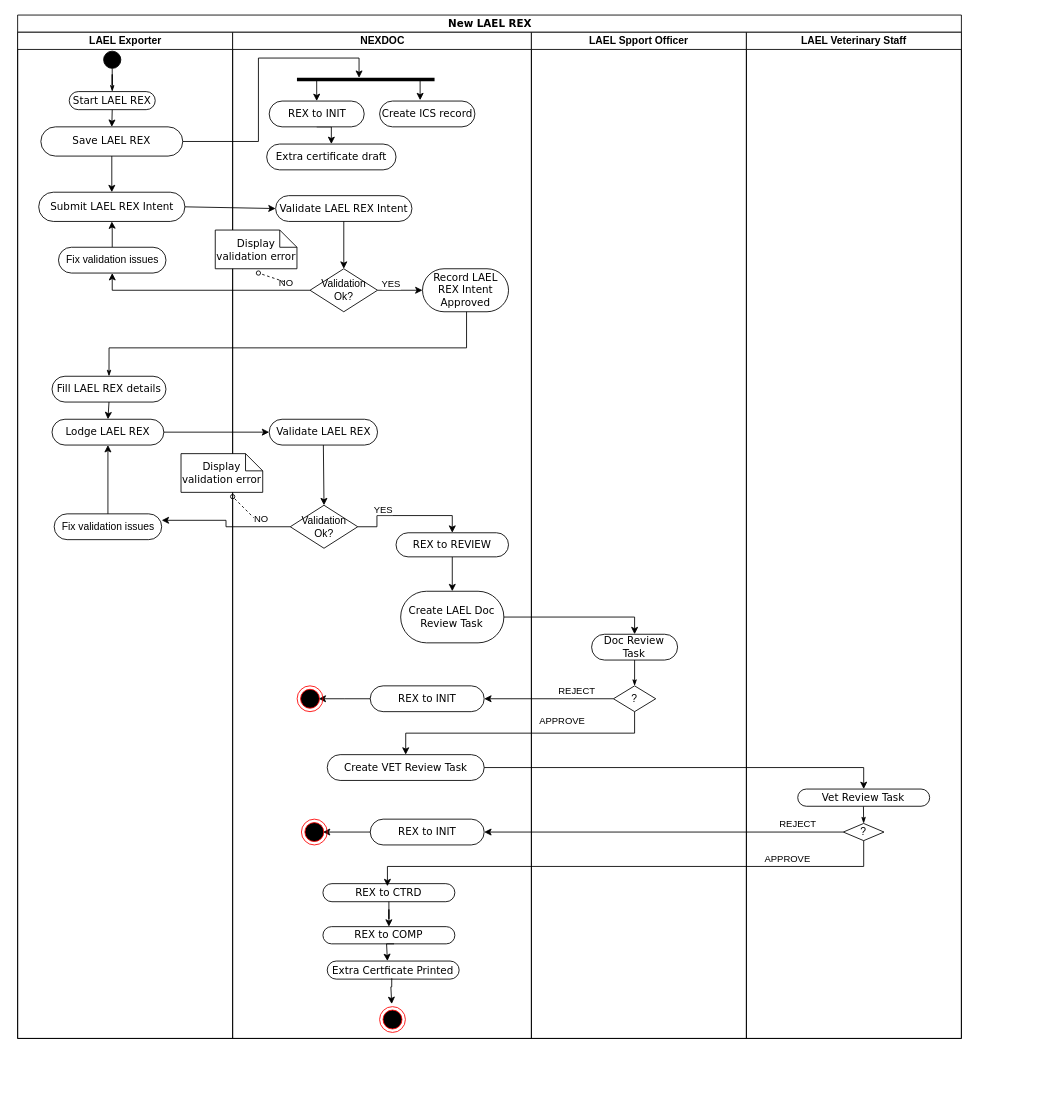
This is LAEL_REX_Activity_Diagram.drawio from ajithmjose/deleteme, a draw.io file, before an edit. Source tidied: cells renumbered, new cells numbered last; positions are measured from the earlier drawing's top-left corner, leaving out a move shared by most shapes. Both pictures are drawn from the tidied source at 86%, with x=0, y=0 at pixel (17, 15).
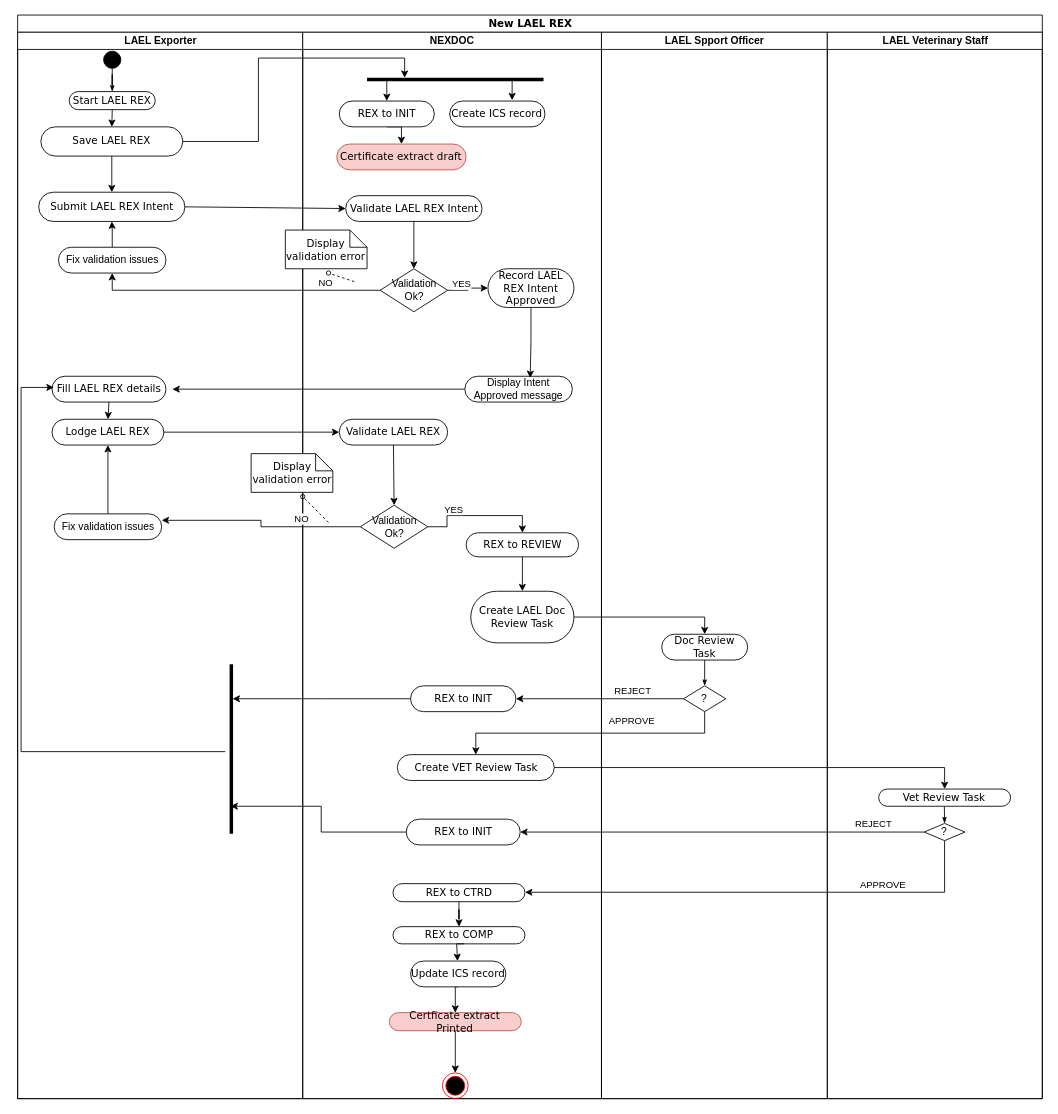
Above is the later version.

Unchanged cells that the change refers to:
```xml
<mxCell id="13" value="&lt;span style=&quot;font-family: Helvetica;&quot;&gt;Fix validation issues&lt;/span&gt;" style="rounded=1;whiteSpace=wrap;html=1;shadow=0;comic=0;labelBackgroundColor=none;strokeWidth=1;fontFamily=Verdana;fontSize=12;align=center;arcSize=50;" parent="3" vertex="1">
  <mxGeometry x="47.5" y="250" width="125" height="30" as="geometry" />
</mxCell>
<mxCell id="14" value="Fill LAEL REX details" style="rounded=1;whiteSpace=wrap;html=1;shadow=0;comic=0;labelBackgroundColor=none;strokeWidth=1;fontFamily=Verdana;fontSize=12;align=center;arcSize=50;" parent="3" vertex="1">
  <mxGeometry x="40" y="400" width="132.5" height="30" as="geometry" />
</mxCell>
<mxCell id="17" value="Save LAEL REX" style="rounded=1;whiteSpace=wrap;html=1;shadow=0;comic=0;labelBackgroundColor=none;strokeWidth=1;fontFamily=Verdana;fontSize=12;align=center;arcSize=50;" parent="3" vertex="1">
  <mxGeometry x="27" y="110" width="165" height="34" as="geometry" />
</mxCell>
<mxCell id="30" value="Validation Ok?" style="rhombus;whiteSpace=wrap;html=1;" parent="24" vertex="1">
  <mxGeometry x="90" y="275" width="78.5" height="50" as="geometry" />
</mxCell>
<mxCell id="89" value="?" style="rhombus;whiteSpace=wrap;html=1;" parent="83" vertex="1">
  <mxGeometry x="112.7" y="920" width="47.3" height="20" as="geometry" />
</mxCell>
```

Change to the diagram source:
```diff
@@
     <mxCell id="2" value="New LAEL REX" style="swimlane;html=1;startSize=20;rounded=0;shadow=0;comic=0;labelBackgroundColor=none;strokeWidth=1;fontFamily=Verdana;fontSize=12;align=center;" parent="1" vertex="1">
-      <mxGeometry width="1097.4" height="1190" as="geometry" />
+      <mxGeometry width="1191.5" height="1260" as="geometry" />
     </mxCell>
+    <mxCell id="21" style="edgeStyle=orthogonalEdgeStyle;rounded=0;jettySize=auto;html=1;entryX=0.5;entryY=1;entryDx=0;entryDy=0;exitX=0;exitY=0.5;exitDx=0;exitDy=0;" parent="2" edge="1" source="30" target="13">
+      <mxGeometry relative="1" as="geometry" />
+    </mxCell>
+    <mxCell id="22" value="NO" style="edgeLabel;html=1;align=center;verticalAlign=middle;" parent="21" vertex="1">
+      <mxGeometry x="-0.15" y="-2" relative="1" as="geometry">
+        <mxPoint x="77" y="-8" as="offset" />
+      </mxGeometry>
+    </mxCell>
     <mxCell id="3" value="LAEL Exporter" style="swimlane;html=1;startSize=20;" parent="2" vertex="1">
-      <mxGeometry y="20" width="250" height="1170" as="geometry" />
+      <mxGeometry y="20" width="331.5" height="1240" as="geometry" />
     </mxCell>
@@
-    <mxCell id="21" style="edgeStyle=orthogonalEdgeStyle;rounded=0;jettySize=auto;html=1;entryX=0.5;entryY=1;entryDx=0;entryDy=0;exitX=0;exitY=0.5;exitDx=0;exitDy=0;" parent="2" edge="1" source="30" target="13">
-      <mxGeometry relative="1" as="geometry" />
-    </mxCell>
-    <mxCell id="22" value="NO" style="edgeLabel;html=1;align=center;verticalAlign=middle;" parent="21" vertex="1">
-      <mxGeometry x="-0.15" y="-2" relative="1" as="geometry">
-        <mxPoint x="77" y="-8" as="offset" />
-      </mxGeometry>
-    </mxCell>
-    <mxCell id="23" style="edgeStyle=orthogonalEdgeStyle;rounded=0;html=1;entryX=0.5;entryY=0;labelBackgroundColor=none;startArrow=none;startFill=0;startSize=5;endArrow=classicThin;endFill=1;endSize=5;jettySize=auto;strokeWidth=1;fontFamily=Verdana;fontSize=12;exitX=0.5;exitY=1;exitDx=0;exitDy=0;entryDx=0;entryDy=0;" parent="2" edge="1" target="14">
-      <mxGeometry relative="1" as="geometry">
-        <mxPoint x="531.5" y="303" as="sourcePoint" />
-        <Array as="points">
-          <mxPoint x="522" y="303" />
-          <mxPoint x="522" y="387" />
-          <mxPoint x="106" y="387" />
-        </Array>
-      </mxGeometry>
-    </mxCell>
+    <mxCell id="97" style="line;strokeWidth=4;html=1;perimeter=backbonePerimeter;points=[];outlineConnect=0;rotation=90;" parent="3" vertex="1">
+      <mxGeometry x="150" y="828.5" width="197" height="10" as="geometry" />
+    </mxCell>
+    <mxCell id="42" style="edgeStyle=orthogonalEdgeStyle;rounded=0;orthogonalLoop=1;jettySize=auto;html=1;" parent="3" edge="1">
+      <mxGeometry relative="1" as="geometry">
+        <mxPoint x="241.5" y="836.5" as="sourcePoint" />
+        <mxPoint x="42" y="413" as="targetPoint" />
+        <Array as="points">
+          <mxPoint x="4" y="837" />
+          <mxPoint x="4" y="413" />
+        </Array>
+      </mxGeometry>
+    </mxCell>
     <mxCell id="24" value="NEXDOC" style="swimlane;html=1;startSize=20;" parent="2" vertex="1">
-      <mxGeometry x="250" y="20" width="347.4" height="1170" as="geometry" />
+      <mxGeometry x="331.5" y="20" width="347.4" height="1240" as="geometry" />
     </mxCell>
@@
     <mxCell id="31" value="Record LAEL REX Intent&lt;div&gt;Approved&lt;/div&gt;" style="rounded=1;whiteSpace=wrap;html=1;shadow=0;comic=0;labelBackgroundColor=none;strokeWidth=1;fontFamily=Verdana;fontSize=12;align=center;arcSize=50;" parent="24" vertex="1">
-      <mxGeometry x="220.8" y="275" width="100" height="50" as="geometry" />
+      <mxGeometry x="215.4" y="275" width="100" height="45" as="geometry" />
     </mxCell>
@@
-    <mxCell id="42" style="edgeStyle=orthogonalEdgeStyle;rounded=0;jettySize=auto;html=1;" parent="24" edge="1" source="43">
-      <mxGeometry relative="1" as="geometry">
-        <mxPoint x="100" y="775" as="targetPoint" />
-      </mxGeometry>
-    </mxCell>
+    <mxCell id="98" style="edgeStyle=orthogonalEdgeStyle;rounded=0;jettySize=auto;html=1;" parent="24" edge="1" source="43">
+      <mxGeometry relative="1" as="geometry">
+        <mxPoint x="-81.5" y="775" as="targetPoint" />
+      </mxGeometry>
+    </mxCell>
     <mxCell id="43" value="REX to INIT" style="rounded=1;whiteSpace=wrap;html=1;shadow=0;comic=0;labelBackgroundColor=none;strokeWidth=1;fontFamily=Verdana;fontSize=12;align=center;arcSize=50;" parent="24" vertex="1">
-      <mxGeometry x="160" y="760" width="132.5" height="30" as="geometry" />
+      <mxGeometry x="125.4" y="760" width="122.5" height="30" as="geometry" />
     </mxCell>
@@
-    <mxCell id="46" style="edgeStyle=orthogonalEdgeStyle;rounded=0;jettySize=auto;html=1;" parent="24" edge="1" source="47">
-      <mxGeometry relative="1" as="geometry">
-        <mxPoint x="105" y="930" as="targetPoint" />
-      </mxGeometry>
-    </mxCell>
     <mxCell id="47" value="REX to INIT" style="rounded=1;whiteSpace=wrap;html=1;shadow=0;comic=0;labelBackgroundColor=none;strokeWidth=1;fontFamily=Verdana;fontSize=12;align=center;arcSize=50;" parent="24" vertex="1">
-      <mxGeometry x="160" y="915" width="132.5" height="30" as="geometry" />
+      <mxGeometry x="120.4" y="915" width="132.5" height="30" as="geometry" />
     </mxCell>
-    <mxCell id="48" style="ellipse;html=1;shape=endState;fillColor=#000000;strokeColor=#ff0000;" parent="24" vertex="1">
-      <mxGeometry x="75" y="760" width="30" height="30" as="geometry" />
-    </mxCell>
-    <mxCell id="49" style="ellipse;html=1;shape=endState;fillColor=#000000;strokeColor=#ff0000;" parent="24" vertex="1">
-      <mxGeometry x="80" y="915" width="30" height="30" as="geometry" />
-    </mxCell>
     <mxCell id="50" style="line;strokeWidth=4;html=1;perimeter=backbonePerimeter;points=[];outlineConnect=0;" parent="24" vertex="1">
-      <mxGeometry x="74.8" y="50" width="160" height="10" as="geometry" />
+      <mxGeometry x="74.8" y="50" width="205.2" height="10" as="geometry" />
     </mxCell>
@@
-    <mxCell id="55" value="Extra certificate draft" style="rounded=1;whiteSpace=wrap;html=1;shadow=0;comic=0;labelBackgroundColor=none;strokeWidth=1;fontFamily=Verdana;fontSize=12;align=center;arcSize=50;" parent="24" vertex="1">
+    <mxCell id="55" value="Certificate extract draft" style="rounded=1;whiteSpace=wrap;html=1;shadow=0;comic=0;labelBackgroundColor=none;strokeWidth=1;fontFamily=Verdana;fontSize=12;align=center;arcSize=50;fillColor=#f8cecc;strokeColor=#b85450;" parent="24" vertex="1">
       <mxGeometry x="39.6" y="130" width="150.4" height="30" as="geometry" />
     </mxCell>
@@
+    <mxCell id="99" style="edgeStyle=orthogonalEdgeStyle;rounded=0;jettySize=auto;html=1;" parent="24" edge="1" source="59" target="61">
+      <mxGeometry relative="1" as="geometry" />
+    </mxCell>
-    <mxCell id="59" value="Extra Certficate Printed" style="rounded=1;whiteSpace=wrap;html=1;shadow=0;comic=0;labelBackgroundColor=none;strokeWidth=1;fontFamily=Verdana;fontSize=12;align=center;arcSize=50;" parent="24" vertex="1">
-      <mxGeometry x="110" y="1080" width="153.4" height="21" as="geometry" />
+    <mxCell id="59" value="Certficate extract Printed" style="rounded=1;whiteSpace=wrap;html=1;shadow=0;comic=0;labelBackgroundColor=none;strokeWidth=1;fontFamily=Verdana;fontSize=12;align=center;arcSize=50;fillColor=#f8cecc;strokeColor=#b85450;" parent="24" vertex="1">
+      <mxGeometry x="100.7" y="1140" width="153.4" height="21" as="geometry" />
     </mxCell>
@@
     <mxCell id="61" style="ellipse;html=1;shape=endState;fillColor=#000000;strokeColor=#ff0000;" parent="24" vertex="1">
-      <mxGeometry x="170.9" y="1133" width="30" height="30" as="geometry" />
+      <mxGeometry x="162.4" y="1210" width="30" height="30" as="geometry" />
     </mxCell>
+    <mxCell id="100" style="edgeStyle=orthogonalEdgeStyle;rounded=0;jettySize=auto;html=1;" parent="24" edge="1" source="101">
+      <mxGeometry relative="1" as="geometry">
+        <mxPoint x="-151.5" y="415" as="targetPoint" />
+      </mxGeometry>
+    </mxCell>
+    <mxCell id="101" value="&lt;span style=&quot;font-family: Helvetica;&quot;&gt;Display Intent Approved message&lt;/span&gt;" style="rounded=1;whiteSpace=wrap;html=1;shadow=0;comic=0;labelBackgroundColor=none;strokeWidth=1;fontFamily=Verdana;fontSize=12;align=center;arcSize=50;" parent="24" vertex="1">
+      <mxGeometry x="188.5" y="400" width="125" height="30" as="geometry" />
+    </mxCell>
+    <mxCell id="102" style="edgeStyle=orthogonalEdgeStyle;rounded=0;jettySize=auto;html=1;entryX=0.608;entryY=0.067;entryDx=0;entryDy=0;entryPerimeter=0;" parent="24" edge="1" source="31" target="101">
+      <mxGeometry relative="1" as="geometry" />
+    </mxCell>
+    <mxCell id="103" style="edgeStyle=orthogonalEdgeStyle;rounded=0;jettySize=auto;html=1;exitX=0.5;exitY=1;exitDx=0;exitDy=0;entryX=0.5;entryY=0;entryDx=0;entryDy=0;" parent="24" edge="1" source="104" target="59">
+      <mxGeometry relative="1" as="geometry" />
+    </mxCell>
+    <mxCell id="104" value="Update ICS record" style="rounded=1;whiteSpace=wrap;html=1;shadow=0;comic=0;labelBackgroundColor=none;strokeWidth=1;fontFamily=Verdana;fontSize=12;align=center;arcSize=50;" parent="24" vertex="1">
+      <mxGeometry x="125.4" y="1080" width="110.8" height="30" as="geometry" />
+    </mxCell>
     <mxCell id="62" value="LAEL Spport Officer" style="swimlane;html=1;startSize=20;" parent="2" vertex="1">
-      <mxGeometry x="597.4" y="20" width="250" height="1170" as="geometry" />
+      <mxGeometry x="678.9" y="20" width="262.6" height="1240" as="geometry" />
     </mxCell>
@@
     <mxCell id="83" value="LAEL Veterinary Staff" style="swimlane;html=1;startSize=20;" parent="2" vertex="1">
-      <mxGeometry x="847.4" y="20" width="250" height="1170" as="geometry" />
+      <mxGeometry x="941.5" y="20" width="250" height="1240" as="geometry" />
     </mxCell>
@@
     <mxCell id="92" style="edgeStyle=orthogonalEdgeStyle;rounded=0;jettySize=auto;html=1;exitX=1;exitY=0.5;exitDx=0;exitDy=0;" parent="2" edge="1" source="17" target="50">
       <mxGeometry relative="1" as="geometry">
         <Array as="points">
           <mxPoint x="280" y="147" />
           <mxPoint x="280" y="50" />
-          <mxPoint x="397" y="50" />
+          <mxPoint x="450" y="50" />
         </Array>
       </mxGeometry>
     </mxCell>
-    <mxCell id="93" style="edgeStyle=orthogonalEdgeStyle;rounded=0;jettySize=auto;html=1;" parent="2" edge="1" source="89">
+    <mxCell id="93" style="edgeStyle=orthogonalEdgeStyle;rounded=0;jettySize=auto;html=1;exitX=0.5;exitY=1;exitDx=0;exitDy=0;" parent="2" edge="1" source="89">
       <mxGeometry relative="1" as="geometry">
-        <mxPoint x="430" y="1013" as="targetPoint" />
+        <mxPoint x="590" y="1020" as="targetPoint" />
         <Array as="points">
-          <mxPoint x="984" y="990" />
-          <mxPoint x="430" y="990" />
+          <mxPoint x="1078" y="1020" />
+          <mxPoint x="590" y="1020" />
         </Array>
       </mxGeometry>
     </mxCell>
     <mxCell id="94" value="APPROVE" style="edgeLabel;html=1;align=center;verticalAlign=middle;" parent="93" vertex="1">
       <mxGeometry x="-0.33" y="2" relative="1" as="geometry">
-        <mxPoint x="84" y="-12" as="offset" />
+        <mxPoint x="52" y="-12" as="offset" />
       </mxGeometry>
     </mxCell>
+    <mxCell id="105" style="edgeStyle=orthogonalEdgeStyle;rounded=0;jettySize=auto;html=1;exitX=0;exitY=0.5;exitDx=0;exitDy=0;" parent="2" edge="1" source="47" target="97">
+      <mxGeometry relative="1" as="geometry">
+        <Array as="points">
+          <mxPoint x="353" y="950" />
+          <mxPoint x="353" y="920" />
+        </Array>
+      </mxGeometry>
+    </mxCell>
-    <mxCell id="95" style="endArrow=classic;html=1;rounded=0;entryX=0.5;entryY=0;entryDx=0;entryDy=0;" parent="1" edge="1" source="50">
+    <mxCell id="95" style="endArrow=classic;html=1;rounded=0;entryX=0.5;entryY=0;entryDx=0;entryDy=0;" parent="1" edge="1">
       <mxGeometry relative="1" as="geometry">
-        <mxPoint x="468" y="99" as="targetPoint" />
+        <mxPoint x="575" y="76" as="sourcePoint" />
+        <mxPoint x="575" y="99" as="targetPoint" />
       </mxGeometry>
     </mxCell>
-    <mxCell id="96" style="edgeStyle=orthogonalEdgeStyle;rounded=0;jettySize=auto;html=1;exitX=0.489;exitY=0.952;exitDx=0;exitDy=0;exitPerimeter=0;" parent="1" edge="1" source="59">
-      <mxGeometry relative="1" as="geometry">
-        <mxPoint x="435" y="1150" as="targetPoint" />
-        <Array as="points">
-          <mxPoint x="435" y="1130" />
-          <mxPoint x="434" y="1130" />
-        </Array>
-      </mxGeometry>
-    </mxCell>
```
